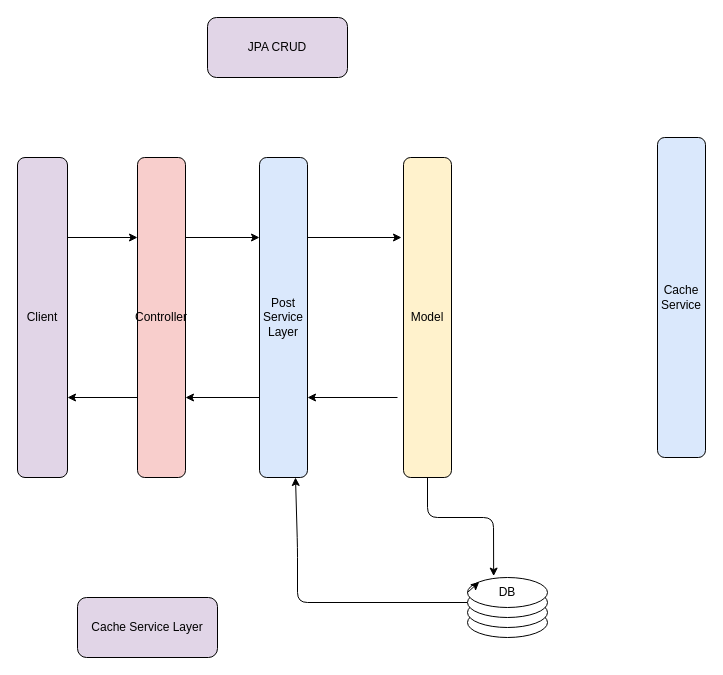
This is page "Page-1" (1 of 2) of drawio/readme.drawio from WildandArt/HackerNewsAPI, a draw.io file, before an edit. Source tidied: cells renumbered, new cells numbered last; positions are measured from the earlier drawing's top-left corner, leaving out a move shared by most shapes. Both pictures are drawn from the tidied source at 100%, with x=0, y=0 at pixel (17, 17).
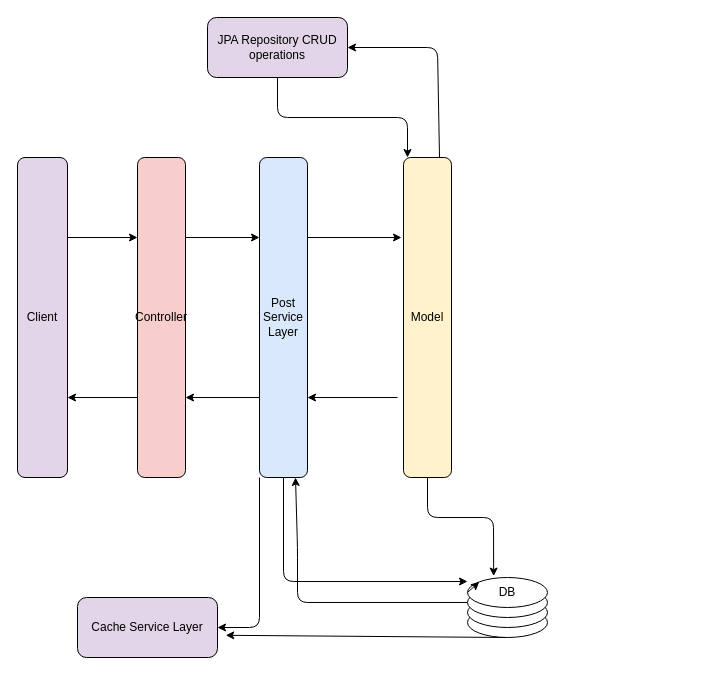
Above is the later version.

The change refers to these unchanged cells:
```xml
<mxCell id="3" value="Post Service Layer" style="rounded=1;whiteSpace=wrap;html=1;fillColor=#dae8fc;" parent="1" vertex="1">
  <mxGeometry x="242" y="140" width="48" height="320" as="geometry" />
</mxCell>
<mxCell id="5" value="Model" style="rounded=1;whiteSpace=wrap;html=1;fillColor=#fff2cc;" parent="1" vertex="1">
  <mxGeometry x="386" y="140" width="48" height="320" as="geometry" />
</mxCell>
<mxCell id="11" style="ellipse;whiteSpace=wrap;html=1;" parent="1" vertex="1">
  <mxGeometry x="450" y="590" width="80" height="30" as="geometry" />
</mxCell>
<mxCell id="20" value="Cache Service Layer" style="rounded=1;whiteSpace=wrap;html=1;fillColor=#e1d5e7;" parent="1" vertex="1">
  <mxGeometry x="60" y="580" width="140" height="60" as="geometry" />
</mxCell>
```

Diff of the diagram source:
```diff
@@
+    <mxCell id="22" style="edgeStyle=none;html=1;exitX=0;exitY=1;exitDx=0;exitDy=0;entryX=1;entryY=0.5;entryDx=0;entryDy=0;" parent="1" edge="1" source="3" target="20">
+      <mxGeometry relative="1" as="geometry">
+        <Array as="points">
+          <mxPoint x="242" y="610" />
+        </Array>
+      </mxGeometry>
+    </mxCell>
+    <mxCell id="23" style="edgeStyle=none;html=1;exitX=0.5;exitY=1;exitDx=0;exitDy=0;" parent="1" edge="1" source="3">
+      <mxGeometry relative="1" as="geometry">
+        <mxPoint x="450" y="564" as="targetPoint" />
+        <Array as="points">
+          <mxPoint x="266" y="564" />
+        </Array>
+      </mxGeometry>
+    </mxCell>
@@
+    <mxCell id="24" style="edgeStyle=none;html=1;exitX=0.75;exitY=0;exitDx=0;exitDy=0;entryX=1;entryY=0.5;entryDx=0;entryDy=0;" parent="1" edge="1" source="5" target="8">
+      <mxGeometry relative="1" as="geometry">
+        <Array as="points">
+          <mxPoint x="420" y="30" />
+        </Array>
+      </mxGeometry>
+    </mxCell>
@@
+    <mxCell id="25" style="edgeStyle=none;html=1;exitX=0.5;exitY=1;exitDx=0;exitDy=0;" parent="1" edge="1" source="8">
+      <mxGeometry relative="1" as="geometry">
+        <mxPoint x="390" y="140" as="targetPoint" />
+        <Array as="points">
+          <mxPoint x="260" y="100" />
+          <mxPoint x="390" y="100" />
+        </Array>
+      </mxGeometry>
+    </mxCell>
-    <mxCell id="8" value="JPA CRUD" style="rounded=1;whiteSpace=wrap;html=1;fillColor=#e1d5e7;" parent="1" vertex="1">
+    <mxCell id="8" value="JPA Repository CRUD operations" style="rounded=1;whiteSpace=wrap;html=1;fillColor=#e1d5e7;" parent="1" vertex="1">
       <mxGeometry x="190" width="140" height="60" as="geometry" />
     </mxCell>
@@
+    <mxCell id="26" style="edgeStyle=none;html=1;exitX=0.5;exitY=1;exitDx=0;exitDy=0;entryX=1.059;entryY=0.63;entryDx=0;entryDy=0;entryPerimeter=0;" parent="1" edge="1" source="11" target="20">
+      <mxGeometry relative="1" as="geometry" />
+    </mxCell>
@@
-    <mxCell id="21" value="Cache Service" style="rounded=1;whiteSpace=wrap;html=1;fillColor=#dae8fc;" parent="1" vertex="1">
-      <mxGeometry x="640" y="120" width="48" height="320" as="geometry" />
-    </mxCell>
```
